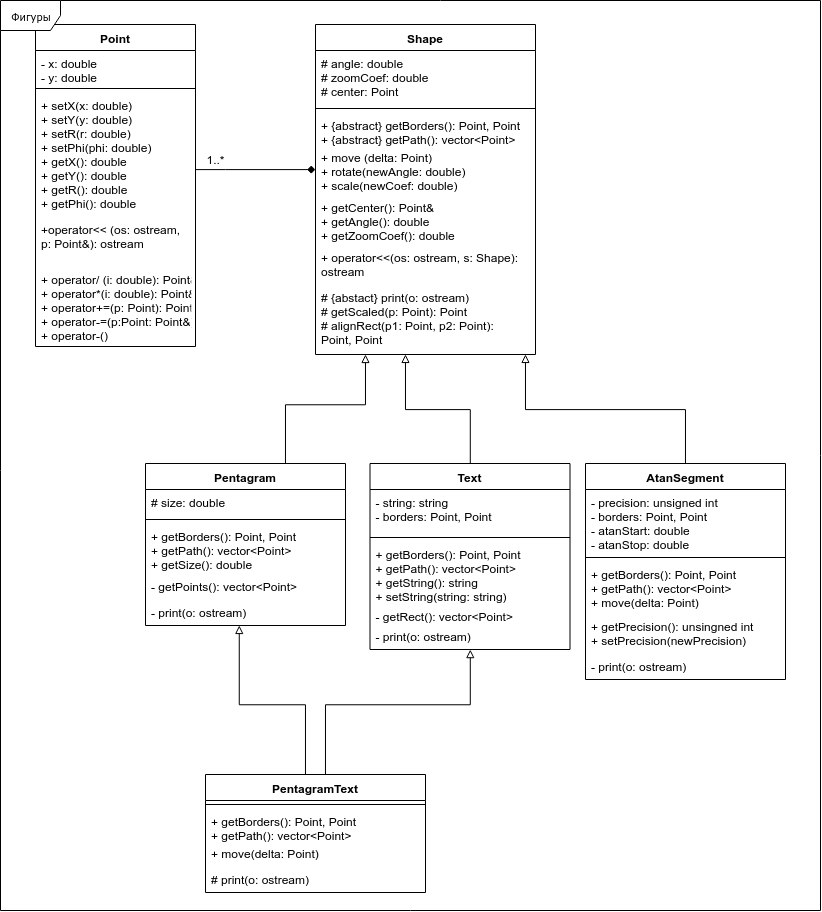
SqrtMinusOne/SEM7_Software_Design keeps this draw.io diagram as L1/docs/img/classes_uml.png. Above is the earlier version. Source tidied: cells renumbered, new cells last; positions are measured from the earlier drawing's top-left corner, leaving out a move shared by most shapes.
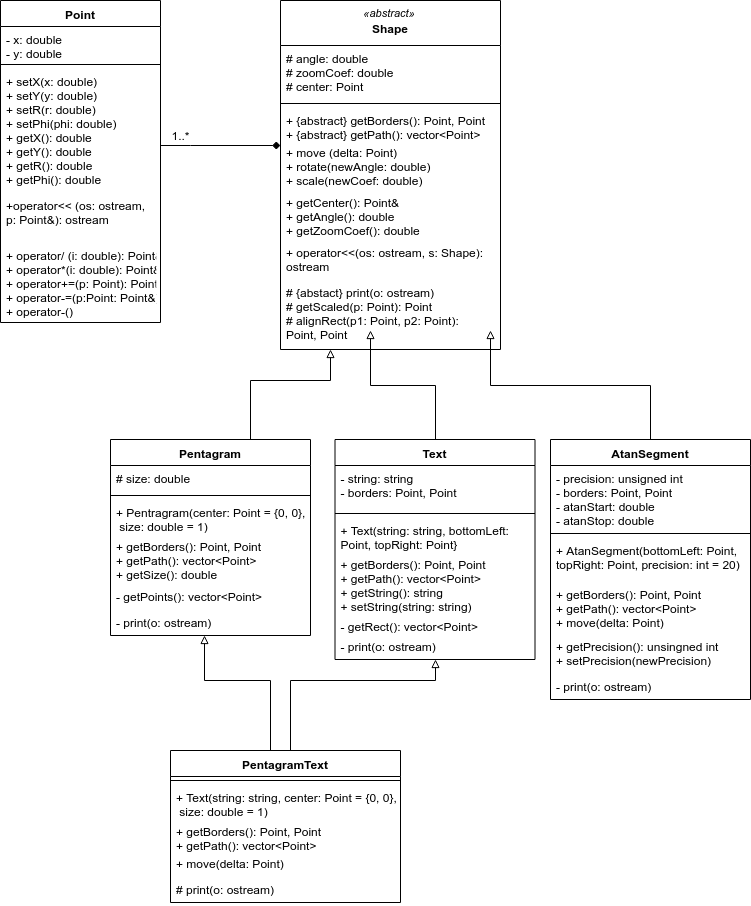
After the commit.

What changed in the source:
```diff
@@ -20,29 +20,29 @@
     <mxCell id="7" value="+ operator/ (i: double): Point&amp;&#10;+ operator*(i: double): Point&amp;&#10;+ operator+=(p: Point): Point&amp;&#10;+ operator-=(p:Point: Point&amp;)&#10;+ operator-()" style="text;strokeColor=none;fillColor=none;align=left;verticalAlign=top;spacingLeft=4;spacingRight=4;overflow=hidden;" parent="2" vertex="1">
       <mxGeometry y="242" width="160" height="80" as="geometry" />
     </mxCell>
-    <mxCell id="8" value="Shape" style="swimlane;fontStyle=1;align=center;verticalAlign=top;horizontal=1;startSize=26;" parent="1" vertex="1">
-      <mxGeometry x="315" y="24" width="220" height="330" as="geometry" />
+    <mxCell id="8" value="&#10;Shape" style="swimlane;fontStyle=1;align=center;verticalAlign=top;horizontal=1;startSize=45;" parent="1" vertex="1">
+      <mxGeometry x="315" y="24" width="220" height="349" as="geometry" />
     </mxCell>
     <mxCell id="9" value="# angle: double&#10;# zoomCoef: double&#10;# center: Point" style="text;strokeColor=none;fillColor=none;align=left;verticalAlign=top;spacingLeft=4;spacingRight=4;overflow=hidden;" parent="8" vertex="1">
-      <mxGeometry y="26" width="220" height="54" as="geometry" />
+      <mxGeometry y="45" width="220" height="54" as="geometry" />
     </mxCell>
     <mxCell id="10" style="line;strokeWidth=1;fillColor=none;align=left;verticalAlign=middle;spacingTop=-1;spacingLeft=3;spacingRight=3;labelPosition=right;" parent="8" vertex="1">
-      <mxGeometry y="80" width="220" height="8" as="geometry" />
+      <mxGeometry y="99" width="220" height="8" as="geometry" />
     </mxCell>
     <mxCell id="11" value="+ {abstract} getBorders(): Point, Point&#10;+ {abstract} getPath(): vector&lt;Point&gt;" style="text;strokeColor=none;fillColor=none;align=left;verticalAlign=top;spacingLeft=4;spacingRight=4;overflow=hidden;" parent="8" vertex="1">
-      <mxGeometry y="88" width="220" height="32" as="geometry" />
+      <mxGeometry y="107" width="220" height="32" as="geometry" />
     </mxCell>
     <mxCell id="12" value="+ move (delta: Point)&#10;+ rotate(newAngle: double)&#10;+ scale(newCoef: double)&#10;" style="text;strokeColor=none;fillColor=none;align=left;verticalAlign=top;spacingLeft=4;spacingRight=4;overflow=hidden;points=[[0,0.5],[1,0.5]];portConstraint=eastwest;" parent="8" vertex="1">
-      <mxGeometry y="120" width="220" height="50" as="geometry" />
+      <mxGeometry y="139" width="220" height="50" as="geometry" />
     </mxCell>
     <mxCell id="13" value="+ getCenter(): Point&amp;&#10;+ getAngle(): double&#10;+ getZoomCoef(): double" style="text;strokeColor=none;fillColor=none;align=left;verticalAlign=top;spacingLeft=4;spacingRight=4;overflow=hidden;" parent="8" vertex="1">
-      <mxGeometry y="170" width="220" height="50" as="geometry" />
+      <mxGeometry y="189" width="220" height="50" as="geometry" />
     </mxCell>
     <mxCell id="14" value="+ operator&lt;&lt;(os: ostream, s: Shape): &#10;ostream" style="text;strokeColor=none;fillColor=none;align=left;verticalAlign=top;spacingLeft=4;spacingRight=4;overflow=hidden;" parent="8" vertex="1">
-      <mxGeometry y="220" width="220" height="40" as="geometry" />
+      <mxGeometry y="239" width="220" height="40" as="geometry" />
     </mxCell>
     <mxCell id="15" value="# {abstact} print(o: ostream)&#10;# getScaled(p: Point): Point&#10;# alignRect(p1: Point, p2: Point): &#10;Point, Point" style="text;strokeColor=none;fillColor=none;align=left;verticalAlign=top;spacingLeft=4;spacingRight=4;overflow=hidden;points=[[0,0.5],[1,0.5]];portConstraint=eastwest;" parent="8" vertex="1">
-      <mxGeometry y="260" width="220" height="70" as="geometry" />
+      <mxGeometry y="279" width="220" height="70" as="geometry" />
     </mxCell>
     <mxCell id="16" style="edgeStyle=orthogonalEdgeStyle;rounded=0;jettySize=auto;html=1;endArrow=diamond;endFill=1;" parent="1" edge="1" source="5" target="12">
       <mxGeometry y="15" relative="1" as="geometry">
@@ -64,7 +64,7 @@
       </mxGeometry>
     </mxCell>
     <mxCell id="19" value="Pentagram" style="swimlane;fontStyle=1;align=center;verticalAlign=top;horizontal=1;startSize=26;" parent="1" vertex="1">
-      <mxGeometry x="145" y="463" width="200" height="162" as="geometry" />
+      <mxGeometry x="145" y="463" width="200" height="196" as="geometry" />
     </mxCell>
     <mxCell id="20" value="# size: double" style="text;strokeColor=none;fillColor=none;align=left;verticalAlign=top;spacingLeft=4;spacingRight=4;overflow=hidden;" parent="19" vertex="1">
       <mxGeometry y="26" width="200" height="26" as="geometry" />
@@ -72,14 +72,17 @@
     <mxCell id="21" style="line;strokeWidth=1;fillColor=none;align=left;verticalAlign=middle;spacingTop=-1;spacingLeft=3;spacingRight=3;labelPosition=right;" parent="19" vertex="1">
       <mxGeometry y="52" width="200" height="8" as="geometry" />
     </mxCell>
+    <mxCell id="48" value="+ Pentragram(center: Point = {0, 0},&#10; size: double = 1)" style="text;strokeColor=none;fillColor=none;align=left;verticalAlign=top;spacingLeft=4;spacingRight=4;overflow=hidden;" parent="19" vertex="1">
+      <mxGeometry y="60" width="200" height="34" as="geometry" />
+    </mxCell>
     <mxCell id="22" value="+ getBorders(): Point, Point&#10;+ getPath(): vector&lt;Point&gt;&#10;+ getSize(): double" style="text;strokeColor=none;fillColor=none;align=left;verticalAlign=top;spacingLeft=4;spacingRight=4;overflow=hidden;" parent="19" vertex="1">
-      <mxGeometry y="60" width="200" height="50" as="geometry" />
+      <mxGeometry y="94" width="200" height="50" as="geometry" />
     </mxCell>
     <mxCell id="23" value="- getPoints(): vector&lt;Point&gt;" style="text;strokeColor=none;fillColor=none;align=left;verticalAlign=top;spacingLeft=4;spacingRight=4;overflow=hidden;" parent="19" vertex="1">
-      <mxGeometry y="110" width="200" height="26" as="geometry" />
+      <mxGeometry y="144" width="200" height="26" as="geometry" />
     </mxCell>
     <mxCell id="24" value="- print(o: ostream)" style="text;strokeColor=none;fillColor=none;align=left;verticalAlign=top;spacingLeft=4;spacingRight=4;overflow=hidden;points=[[0,0.5],[1,0.5]];portConstraint=eastwest;" parent="19" vertex="1">
-      <mxGeometry y="136" width="200" height="26" as="geometry" />
+      <mxGeometry y="170" width="200" height="26" as="geometry" />
     </mxCell>
     <mxCell id="25" style="edgeStyle=orthogonalEdgeStyle;rounded=0;jettySize=auto;html=1;endArrow=block;endFill=0;" parent="1" edge="1" source="26">
       <mxGeometry x="0.13" y="-15" relative="1" as="geometry">
@@ -92,7 +95,7 @@
       </mxGeometry>
     </mxCell>
     <mxCell id="26" value="AtanSegment" style="swimlane;fontStyle=1;align=center;verticalAlign=top;horizontal=1;startSize=26;" parent="1" vertex="1">
-      <mxGeometry x="585" y="463" width="200" height="216" as="geometry" />
+      <mxGeometry x="585" y="463" width="200" height="260" as="geometry" />
     </mxCell>
     <mxCell id="27" value="- precision: unsigned int&#10;- borders: Point, Point&#10;- atanStart: double&#10;- atanStop: double" style="text;strokeColor=none;fillColor=none;align=left;verticalAlign=top;spacingLeft=4;spacingRight=4;overflow=hidden;" parent="26" vertex="1">
       <mxGeometry y="26" width="200" height="64" as="geometry" />
@@ -100,14 +103,17 @@
     <mxCell id="28" style="line;strokeWidth=1;fillColor=none;align=left;verticalAlign=middle;spacingTop=-1;spacingLeft=3;spacingRight=3;labelPosition=right;" parent="26" vertex="1">
       <mxGeometry y="90" width="200" height="8" as="geometry" />
     </mxCell>
+    <mxCell id="49" value="+ AtanSegment(bottomLeft: Point,&#10;topRight: Point, precision: int = 20)" style="text;strokeColor=none;fillColor=none;align=left;verticalAlign=top;spacingLeft=4;spacingRight=4;overflow=hidden;" parent="26" vertex="1">
+      <mxGeometry y="98" width="200" height="44" as="geometry" />
+    </mxCell>
     <mxCell id="29" value="+ getBorders(): Point, Point&#10;+ getPath(): vector&lt;Point&gt;&#10;+ move(delta: Point)" style="text;strokeColor=none;fillColor=none;align=left;verticalAlign=top;spacingLeft=4;spacingRight=4;overflow=hidden;" parent="26" vertex="1">
-      <mxGeometry y="98" width="200" height="52" as="geometry" />
+      <mxGeometry y="142" width="200" height="52" as="geometry" />
     </mxCell>
     <mxCell id="30" value="+ getPrecision(): unsingned int&#10;+ setPrecision(newPrecision)" style="text;strokeColor=none;fillColor=none;align=left;verticalAlign=top;spacingLeft=4;spacingRight=4;overflow=hidden;" parent="26" vertex="1">
-      <mxGeometry y="150" width="200" height="40" as="geometry" />
+      <mxGeometry y="194" width="200" height="40" as="geometry" />
     </mxCell>
     <mxCell id="31" value="- print(o: ostream)" style="text;strokeColor=none;fillColor=none;align=left;verticalAlign=top;spacingLeft=4;spacingRight=4;overflow=hidden;" parent="26" vertex="1">
-      <mxGeometry y="190" width="200" height="26" as="geometry" />
+      <mxGeometry y="234" width="200" height="26" as="geometry" />
     </mxCell>
     <mxCell id="32" style="edgeStyle=orthogonalEdgeStyle;rounded=0;jettySize=auto;html=1;endArrow=block;endFill=0;" parent="1" edge="1" source="33">
       <mxGeometry x="0.54" y="-30" relative="1" as="geometry">
@@ -120,7 +126,7 @@
       </mxGeometry>
     </mxCell>
     <mxCell id="33" value="Text" style="swimlane;fontStyle=1;align=center;verticalAlign=top;horizontal=1;startSize=26;" parent="1" vertex="1">
-      <mxGeometry x="369.5" y="463" width="200" height="186" as="geometry" />
+      <mxGeometry x="369.5" y="463" width="200" height="220" as="geometry" />
     </mxCell>
     <mxCell id="34" value="- string: string&#10;- borders: Point, Point" style="text;strokeColor=none;fillColor=none;align=left;verticalAlign=top;spacingLeft=4;spacingRight=4;overflow=hidden;" parent="33" vertex="1">
       <mxGeometry y="26" width="200" height="44" as="geometry" />
@@ -128,14 +134,17 @@
     <mxCell id="35" style="line;strokeWidth=1;fillColor=none;align=left;verticalAlign=middle;spacingTop=-1;spacingLeft=3;spacingRight=3;labelPosition=right;" parent="33" vertex="1">
       <mxGeometry y="70" width="200" height="8" as="geometry" />
     </mxCell>
+    <mxCell id="50" value="+ Text(string: string, bottomLeft:&#10;Point, topRight: Point}" style="text;strokeColor=none;fillColor=none;align=left;verticalAlign=top;spacingLeft=4;spacingRight=4;overflow=hidden;" parent="33" vertex="1">
+      <mxGeometry y="78" width="200" height="34" as="geometry" />
+    </mxCell>
     <mxCell id="36" value="+ getBorders(): Point, Point&#10;+ getPath(): vector&lt;Point&gt;&#10;+ getString(): string&#10;+ setString(string: string)" style="text;strokeColor=none;fillColor=none;align=left;verticalAlign=top;spacingLeft=4;spacingRight=4;overflow=hidden;" parent="33" vertex="1">
-      <mxGeometry y="78" width="200" height="62" as="geometry" />
+      <mxGeometry y="112" width="200" height="62" as="geometry" />
     </mxCell>
     <mxCell id="37" value="- getRect(): vector&lt;Point&gt;" style="text;strokeColor=none;fillColor=none;align=left;verticalAlign=top;spacingLeft=4;spacingRight=4;overflow=hidden;" parent="33" vertex="1">
-      <mxGeometry y="140" width="200" height="20" as="geometry" />
+      <mxGeometry y="174" width="200" height="20" as="geometry" />
     </mxCell>
     <mxCell id="38" value="- print(o: ostream)" style="text;strokeColor=none;fillColor=none;align=left;verticalAlign=top;spacingLeft=4;spacingRight=4;overflow=hidden;points=[[0,0.5],[1,0.5]];portConstraint=eastwest;" parent="33" vertex="1">
-      <mxGeometry y="160" width="200" height="26" as="geometry" />
+      <mxGeometry y="194" width="200" height="26" as="geometry" />
     </mxCell>
     <mxCell id="39" style="edgeStyle=orthogonalEdgeStyle;rounded=0;jettySize=auto;html=1;entryX=0.469;entryY=0.987;entryDx=0;entryDy=0;entryPerimeter=0;endArrow=block;endFill=0;" parent="1" edge="1" target="24">
       <mxGeometry x="-0.35" y="33" relative="1" as="geometry">
@@ -157,23 +166,25 @@
       </mxGeometry>
     </mxCell>
     <mxCell id="41" value="PentagramText" style="swimlane;fontStyle=1;align=center;verticalAlign=top;horizontal=1;startSize=26;" parent="1" vertex="1">
-      <mxGeometry x="205" y="774" width="220" height="118" as="geometry" />
+      <mxGeometry x="205" y="774" width="230" height="152" as="geometry" />
     </mxCell>
     <mxCell id="42" style="line;strokeWidth=1;fillColor=none;align=left;verticalAlign=middle;spacingTop=-1;spacingLeft=3;spacingRight=3;labelPosition=right;" parent="41" vertex="1">
-      <mxGeometry y="26" width="220" height="8" as="geometry" />
+      <mxGeometry y="26" width="230" height="8" as="geometry" />
     </mxCell>
+    <mxCell id="51" value="+ Text(string: string, center: Point = {0, 0},&#10; size: double = 1)" style="text;strokeColor=none;fillColor=none;align=left;verticalAlign=top;spacingLeft=4;spacingRight=4;overflow=hidden;" parent="41" vertex="1">
+      <mxGeometry y="34" width="230" height="34" as="geometry" />
+    </mxCell>
     <mxCell id="43" value="+ getBorders(): Point, Point&#10;+ getPath(): vector&lt;Point&gt;" style="text;strokeColor=none;fillColor=none;align=left;verticalAlign=top;spacingLeft=4;spacingRight=4;overflow=hidden;" parent="41" vertex="1">
-      <mxGeometry y="34" width="220" height="32" as="geometry" />
+      <mxGeometry y="68" width="230" height="32" as="geometry" />
     </mxCell>
     <mxCell id="44" value="+ move(delta: Point)" style="text;strokeColor=none;fillColor=none;align=left;verticalAlign=top;spacingLeft=4;spacingRight=4;overflow=hidden;" parent="41" vertex="1">
-      <mxGeometry y="66" width="220" height="26" as="geometry" />
+      <mxGeometry y="100" width="230" height="26" as="geometry" />
     </mxCell>
     <mxCell id="45" value="# print(o: ostream)" style="text;strokeColor=none;fillColor=none;align=left;verticalAlign=top;spacingLeft=4;spacingRight=4;overflow=hidden;" parent="41" vertex="1">
-      <mxGeometry y="92" width="220" height="26" as="geometry" />
+      <mxGeometry y="126" width="230" height="26" as="geometry" />
     </mxCell>
-    <mxCell id="46" value="Border" parent="0" />
-    <mxCell id="47" value="Фигуры" style="shape=umlFrame;whiteSpace=wrap;html=1;rounded=0;shadow=0;comic=0;labelBackgroundColor=none;strokeColor=#000000;strokeWidth=1;fillColor=#ffffff;fontFamily=Verdana;fontSize=10;fontColor=#000000;align=center;" parent="46" vertex="1">
-      <mxGeometry width="820" height="910" as="geometry" />
-    </mxCell>
+    <mxCell id="52" value="&lt;span style=&quot;font-size: 11px ; white-space: nowrap ; background-color: rgb(255 , 255 , 255)&quot;&gt;&lt;i&gt;«abstract»&lt;/i&gt;&lt;/span&gt;" style="text;html=1;strokeColor=none;fillColor=none;align=center;verticalAlign=middle;whiteSpace=wrap;rounded=0;" parent="1" vertex="1">
+      <mxGeometry x="404" y="26" width="40" height="20" as="geometry" />
+    </mxCell>
   </root>
 </mxGraphModel>
```
